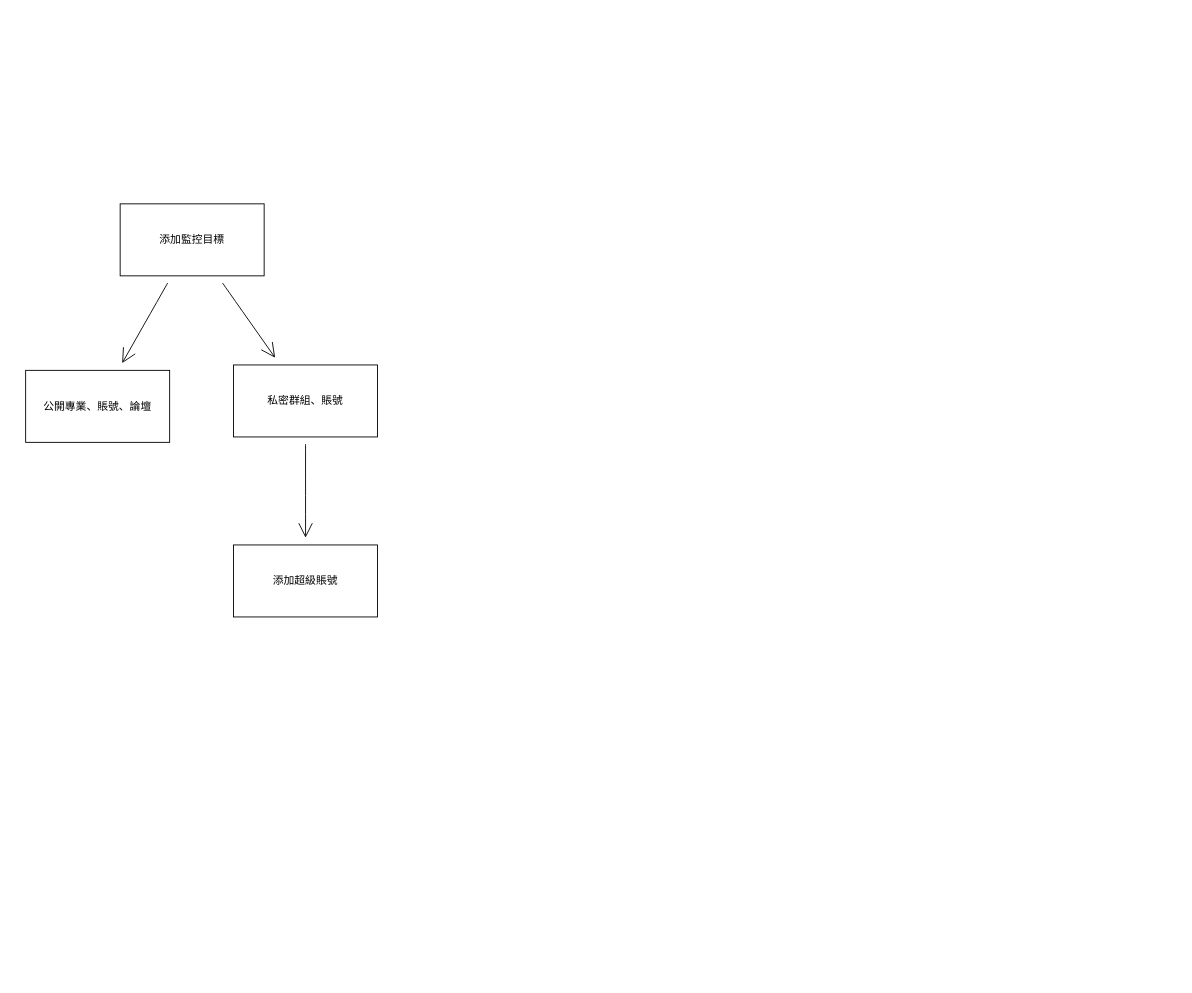
The draw.io diagram draw/cs監控目標管理.drawio in YaoKaiPeng/z-my-draw.io, before the edit. Source tidied: cells renumbered, new cells numbered last; positions are measured from the earlier drawing's top-left corner, leaving out a move shared by most shapes. Both pictures are drawn from the tidied source at 90%, with x=0, y=0 at pixel (25, 203).
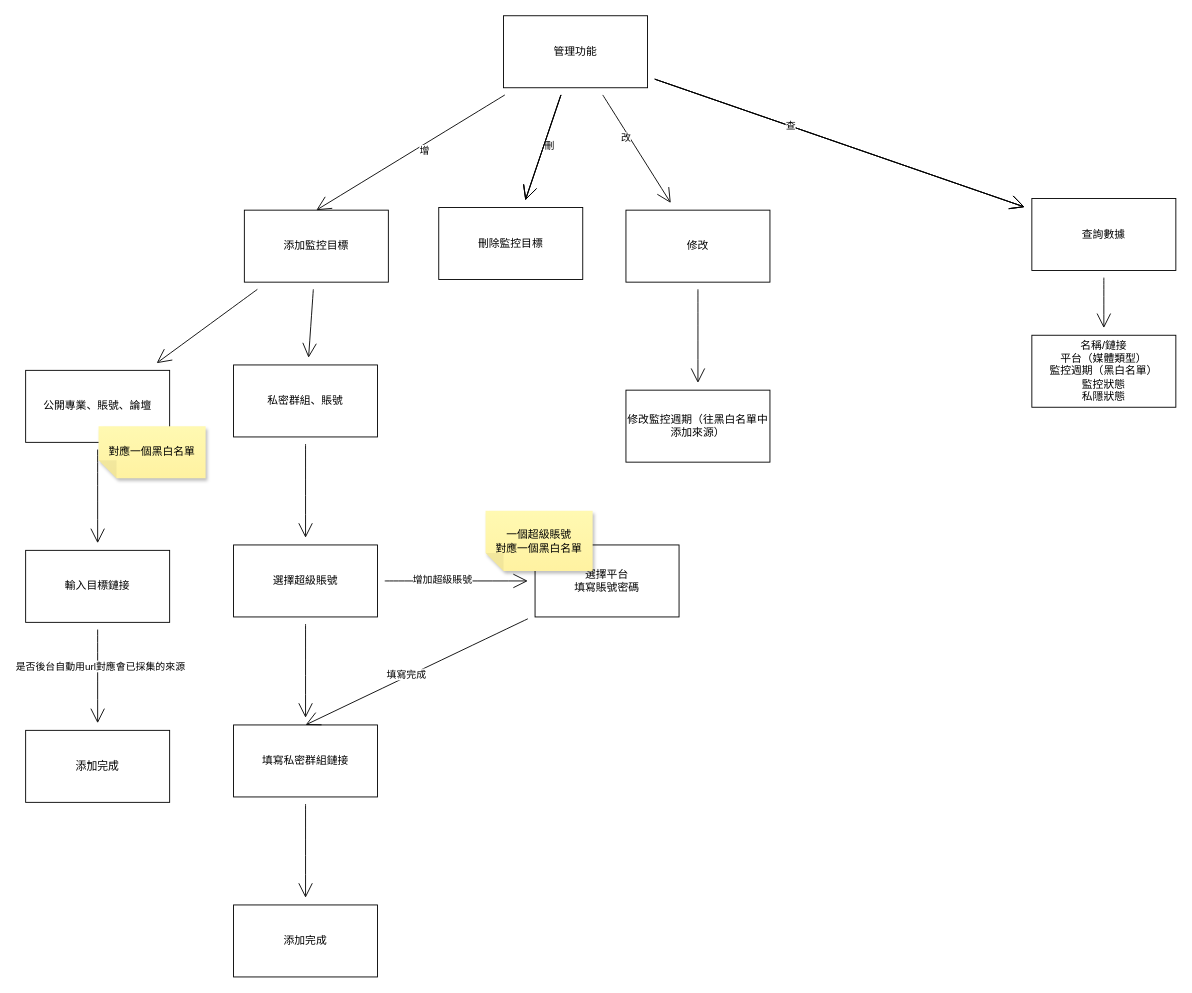
After the change.

Commit message (it also covers changes not shown here):
更新cs監控目標管理.drawio

Unchanged cells that the change refers to:
```xml
<mxCell id="7" value="公開專業、賬號、論壇" style="rounded=0;whiteSpace=wrap;html=1;" parent="1" vertex="1">
  <mxGeometry y="185" width="160" height="80" as="geometry" />
</mxCell>
```

The edit, as a diff of the source:
```diff
@@
     <mxCell id="4" value="添加監控目標" style="rounded=0;whiteSpace=wrap;html=1;" parent="1" vertex="1">
-      <mxGeometry x="105" width="160" height="80" as="geometry" />
+      <mxGeometry x="243" y="7" width="160" height="80" as="geometry" />
     </mxCell>
@@
+    <mxCell id="9" style="edgeStyle=none;curved=1;rounded=0;jettySize=auto;html=1;endArrow=open;startSize=14;endSize=14;sourcePerimeterSpacing=8;targetPerimeterSpacing=8;" parent="1" edge="1" source="7" target="18">
+      <mxGeometry relative="1" as="geometry" />
+    </mxCell>
@@
+    <mxCell id="10" style="edgeStyle=none;curved=1;rounded=0;jettySize=auto;html=1;endArrow=open;startSize=14;endSize=14;sourcePerimeterSpacing=8;targetPerimeterSpacing=8;" parent="1" edge="1" source="8" target="14">
+      <mxGeometry relative="1" as="geometry" />
+    </mxCell>
+    <mxCell id="11" style="edgeStyle=none;curved=1;rounded=0;jettySize=auto;html=1;endArrow=open;startSize=14;endSize=14;sourcePerimeterSpacing=8;targetPerimeterSpacing=8;" parent="1" edge="1" source="8" target="22">
+      <mxGeometry relative="1" as="geometry" />
+    </mxCell>
+    <mxCell id="12" value="增加超級賬號" style="edgeLabel;html=1;align=center;verticalAlign=middle;" parent="11" vertex="1">
+      <mxGeometry x="-0.21" y="2" relative="1" as="geometry" />
+    </mxCell>
-    <mxCell id="8" value="添加超級賬號" style="rounded=0;whiteSpace=wrap;html=1;" parent="1" vertex="1">
+    <mxCell id="8" value="選擇超級賬號" style="rounded=0;whiteSpace=wrap;html=1;" parent="1" vertex="1">
       <mxGeometry x="231" y="379" width="160" height="80" as="geometry" />
     </mxCell>
+    <mxCell id="13" style="edgeStyle=none;curved=1;rounded=0;jettySize=auto;html=1;endArrow=open;startSize=14;endSize=14;sourcePerimeterSpacing=8;targetPerimeterSpacing=8;" parent="1" edge="1" source="14" target="15">
+      <mxGeometry relative="1" as="geometry" />
+    </mxCell>
+    <mxCell id="14" value="填寫私密群組鏈接" style="rounded=0;whiteSpace=wrap;html=1;" parent="1" vertex="1">
+      <mxGeometry x="231" y="579" width="160" height="80" as="geometry" />
+    </mxCell>
+    <mxCell id="15" value="添加完成" style="rounded=0;whiteSpace=wrap;html=1;" parent="1" vertex="1">
+      <mxGeometry x="231" y="779" width="160" height="80" as="geometry" />
+    </mxCell>
+    <mxCell id="16" style="edgeStyle=none;curved=1;rounded=0;jettySize=auto;html=1;endArrow=open;startSize=14;endSize=14;sourcePerimeterSpacing=8;targetPerimeterSpacing=8;" parent="1" edge="1" source="18" target="19">
+      <mxGeometry relative="1" as="geometry" />
+    </mxCell>
+    <mxCell id="17" value="是否後台自動用url對應會已採集的來源" style="edgeLabel;html=1;align=center;verticalAlign=middle;" parent="16" vertex="1">
+      <mxGeometry x="-0.23" y="2" relative="1" as="geometry" />
+    </mxCell>
+    <mxCell id="18" value="輸入目標鏈接" style="rounded=0;whiteSpace=wrap;html=1;" parent="1" vertex="1">
+      <mxGeometry y="385" width="160" height="80" as="geometry" />
+    </mxCell>
+    <mxCell id="19" value="添加完成" style="rounded=0;whiteSpace=wrap;html=1;" parent="1" vertex="1">
+      <mxGeometry y="585" width="160" height="80" as="geometry" />
+    </mxCell>
+    <mxCell id="20" style="edgeStyle=none;curved=1;rounded=0;jettySize=auto;html=1;endArrow=open;startSize=14;endSize=14;sourcePerimeterSpacing=8;targetPerimeterSpacing=8;entryX=0.5;entryY=0;entryDx=0;entryDy=0;" parent="1" edge="1" source="22" target="14">
+      <mxGeometry relative="1" as="geometry" />
+    </mxCell>
+    <mxCell id="21" value="填寫完成" style="edgeLabel;html=1;align=center;verticalAlign=middle;" parent="20" vertex="1">
+      <mxGeometry x="0.09" y="-3" relative="1" as="geometry" />
+    </mxCell>
+    <mxCell id="22" value="選擇平台&lt;br&gt;填寫賬號密碼" style="rounded=0;whiteSpace=wrap;html=1;" parent="1" vertex="1">
+      <mxGeometry x="566" y="379" width="160" height="80" as="geometry" />
+    </mxCell>
+    <mxCell id="23" value="對應一個黑白名單" style="shape=note;whiteSpace=wrap;html=1;backgroundOutline=1;fontColor=#000000;darkOpacity=0.05;fillColor=#FFF9B2;strokeColor=none;fillStyle=solid;direction=west;gradientDirection=north;gradientColor=#FFF2A1;shadow=1;size=20;" parent="1" vertex="1">
+      <mxGeometry x="81" y="247" width="119" height="58" as="geometry" />
+    </mxCell>
+    <mxCell id="24" value="一個超級賬號&lt;br&gt;對應一個黑白名單" style="shape=note;whiteSpace=wrap;html=1;backgroundOutline=1;fontColor=#000000;darkOpacity=0.05;fillColor=#FFF9B2;strokeColor=none;fillStyle=solid;direction=west;gradientDirection=north;gradientColor=#FFF2A1;shadow=1;size=20;" parent="1" vertex="1">
+      <mxGeometry x="511" y="341" width="119" height="67" as="geometry" />
+    </mxCell>
+    <mxCell id="25" style="edgeStyle=none;curved=1;rounded=0;jettySize=auto;html=1;entryX=0.5;entryY=0;entryDx=0;entryDy=0;endArrow=open;startSize=14;endSize=14;sourcePerimeterSpacing=8;targetPerimeterSpacing=8;" parent="1" edge="1" source="37" target="4">
+      <mxGeometry relative="1" as="geometry" />
+    </mxCell>
+    <mxCell id="26" value="增" style="edgeLabel;html=1;align=center;verticalAlign=middle;" parent="25" vertex="1">
+      <mxGeometry x="-0.12" y="6" relative="1" as="geometry">
+        <mxPoint x="-1" as="offset" />
+      </mxGeometry>
+    </mxCell>
+    <mxCell id="27" style="edgeStyle=none;curved=1;rounded=0;jettySize=auto;html=1;endArrow=open;startSize=14;endSize=14;sourcePerimeterSpacing=8;targetPerimeterSpacing=8;" parent="1" edge="1" source="37" target="38">
+      <mxGeometry relative="1" as="geometry" />
+    </mxCell>
+    <mxCell id="28" value="刪" style="edgeLabel;html=1;align=center;verticalAlign=middle;" parent="27" vertex="1">
+      <mxGeometry x="-0.35" y="1" relative="1" as="geometry">
+        <mxPoint x="-1" y="18" as="offset" />
+      </mxGeometry>
+    </mxCell>
+    <mxCell id="29" style="edgeStyle=none;curved=1;rounded=0;jettySize=auto;html=1;endArrow=open;startSize=14;endSize=14;sourcePerimeterSpacing=8;targetPerimeterSpacing=8;" parent="1" edge="1" source="37" target="38">
+      <mxGeometry relative="1" as="geometry" />
+    </mxCell>
+    <mxCell id="30" style="edgeStyle=none;curved=1;rounded=0;jettySize=auto;html=1;endArrow=open;startSize=14;endSize=14;sourcePerimeterSpacing=8;targetPerimeterSpacing=8;" parent="1" edge="1" source="37" target="38">
+      <mxGeometry relative="1" as="geometry" />
+    </mxCell>
+    <mxCell id="31" style="edgeStyle=none;curved=1;rounded=0;jettySize=auto;html=1;endArrow=open;startSize=14;endSize=14;sourcePerimeterSpacing=8;targetPerimeterSpacing=8;" parent="1" edge="1" source="37" target="40">
+      <mxGeometry relative="1" as="geometry" />
+    </mxCell>
+    <mxCell id="32" style="edgeStyle=none;curved=1;rounded=0;jettySize=auto;html=1;endArrow=open;startSize=14;endSize=14;sourcePerimeterSpacing=8;targetPerimeterSpacing=8;" parent="1" edge="1" source="37" target="40">
+      <mxGeometry relative="1" as="geometry" />
+    </mxCell>
+    <mxCell id="33" style="edgeStyle=none;curved=1;rounded=0;jettySize=auto;html=1;endArrow=open;startSize=14;endSize=14;sourcePerimeterSpacing=8;targetPerimeterSpacing=8;" parent="1" edge="1" source="37" target="40">
+      <mxGeometry relative="1" as="geometry" />
+    </mxCell>
+    <mxCell id="34" value="查" style="edgeLabel;html=1;align=center;verticalAlign=middle;" parent="33" vertex="1">
+      <mxGeometry x="-0.27" y="1" relative="1" as="geometry" />
+    </mxCell>
+    <mxCell id="35" style="edgeStyle=none;curved=1;rounded=0;jettySize=auto;html=1;endArrow=open;startSize=14;endSize=14;sourcePerimeterSpacing=8;targetPerimeterSpacing=8;" parent="1" edge="1" source="37" target="42">
+      <mxGeometry relative="1" as="geometry" />
+    </mxCell>
+    <mxCell id="36" value="改" style="edgeLabel;html=1;align=center;verticalAlign=middle;" parent="35" vertex="1">
+      <mxGeometry x="-0.25" y="-4" relative="1" as="geometry">
+        <mxPoint y="1" as="offset" />
+      </mxGeometry>
+    </mxCell>
+    <mxCell id="37" value="管理功能" style="rounded=0;whiteSpace=wrap;html=1;" parent="1" vertex="1">
+      <mxGeometry x="531" y="-209" width="160" height="80" as="geometry" />
+    </mxCell>
+    <mxCell id="38" value="刪除監控目標" style="rounded=0;whiteSpace=wrap;html=1;" parent="1" vertex="1">
+      <mxGeometry x="459" y="4" width="160" height="80" as="geometry" />
+    </mxCell>
+    <mxCell id="39" style="edgeStyle=none;curved=1;rounded=0;jettySize=auto;html=1;endArrow=open;startSize=14;endSize=14;sourcePerimeterSpacing=8;targetPerimeterSpacing=8;" parent="1" edge="1" source="40" target="43">
+      <mxGeometry relative="1" as="geometry" />
+    </mxCell>
+    <mxCell id="40" value="查詢數據" style="rounded=0;whiteSpace=wrap;html=1;" parent="1" vertex="1">
+      <mxGeometry x="1118" y="-6" width="160" height="80" as="geometry" />
+    </mxCell>
+    <mxCell id="41" style="edgeStyle=none;curved=1;rounded=0;jettySize=auto;html=1;endArrow=open;startSize=14;endSize=14;sourcePerimeterSpacing=8;targetPerimeterSpacing=8;" parent="1" edge="1" source="42" target="44">
+      <mxGeometry relative="1" as="geometry" />
+    </mxCell>
+    <mxCell id="42" value="修改" style="rounded=0;whiteSpace=wrap;html=1;" parent="1" vertex="1">
+      <mxGeometry x="667" y="7" width="160" height="80" as="geometry" />
+    </mxCell>
+    <mxCell id="43" value="名稱/鏈接&lt;br&gt;平台（媒體類型）&lt;br&gt;監控週期（黑白名單）&lt;br&gt;監控狀態&lt;br&gt;私隱狀態" style="rounded=0;whiteSpace=wrap;html=1;" parent="1" vertex="1">
+      <mxGeometry x="1118" y="146" width="160" height="80" as="geometry" />
+    </mxCell>
+    <mxCell id="44" value="修改監控週期（往黑白名單中添加來源）" style="rounded=0;whiteSpace=wrap;html=1;" parent="1" vertex="1">
+      <mxGeometry x="667" y="207" width="160" height="80" as="geometry" />
+    </mxCell>
```
